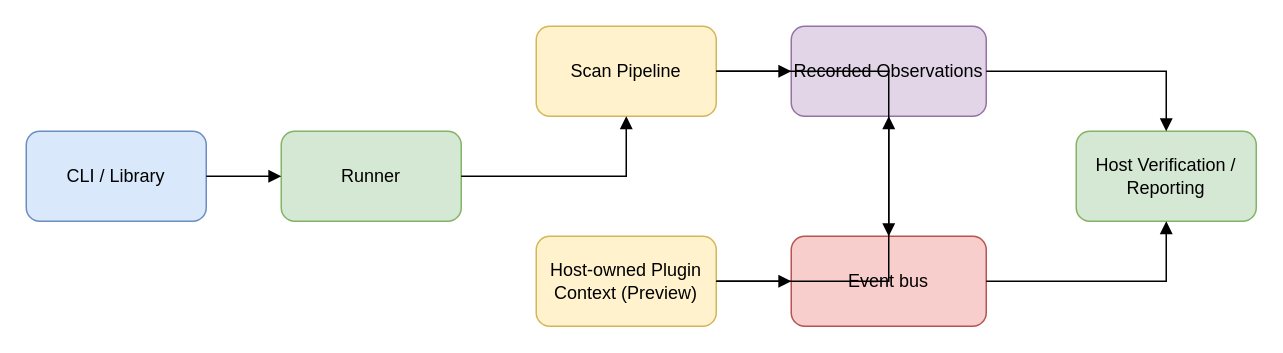
Above: page "Runtime Flow" (1 of 2) of docs/architecture.drawio in ITherso/termivar (draw.io), before the change. Source tidied: cells renumbered, new cells numbered last; positions are measured from the earlier drawing's top-left corner, leaving out a move shared by most shapes. Both pictures are drawn from the tidied source at 150%, with x=0, y=0 at pixel (26, 26).
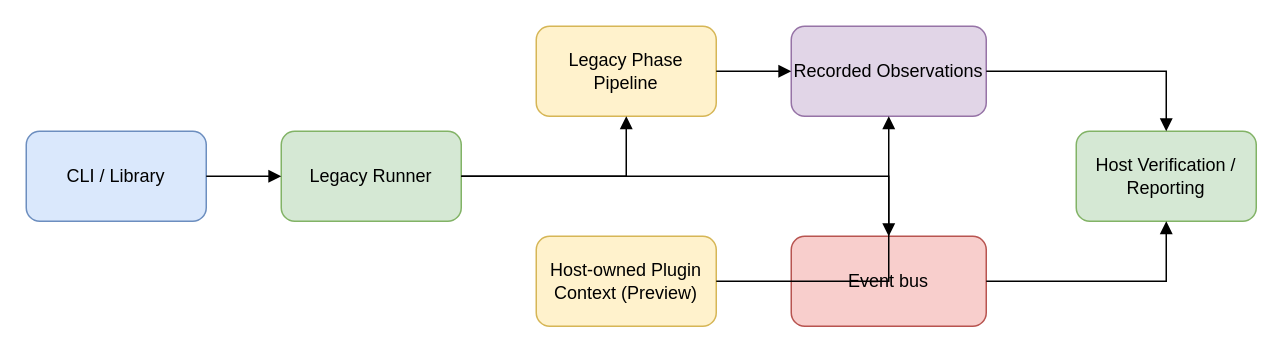
Above is the later version.

Change to the diagram source:
```diff
@@
 <mxGraphModel>
   <root>
     <mxCell id="0" />
     <mxCell id="1" parent="0" />
     <mxCell id="2" value="CLI / Library" style="rounded=1;whiteSpace=wrap;html=1;fillColor=#dae8fc;strokeColor=#6c8ebf;" parent="1" vertex="1">
       <mxGeometry y="70" width="120" height="60" as="geometry" />
     </mxCell>
-    <mxCell id="3" value="Runner" style="rounded=1;whiteSpace=wrap;html=1;fillColor=#d5e8d4;strokeColor=#82b366;" parent="1" vertex="1">
+    <mxCell id="3" value="Legacy Runner" style="rounded=1;whiteSpace=wrap;html=1;fillColor=#d5e8d4;strokeColor=#82b366;" parent="1" vertex="1">
       <mxGeometry x="170" y="70" width="120" height="60" as="geometry" />
     </mxCell>
-    <mxCell id="4" value="Scan Pipeline" style="rounded=1;whiteSpace=wrap;html=1;fillColor=#fff2cc;strokeColor=#d6b656;" parent="1" vertex="1">
+    <mxCell id="4" value="Legacy Phase Pipeline" style="rounded=1;whiteSpace=wrap;html=1;fillColor=#fff2cc;strokeColor=#d6b656;" parent="1" vertex="1">
       <mxGeometry x="340" width="120" height="60" as="geometry" />
     </mxCell>
     <mxCell id="5" value="Host-owned Plugin Context (Preview)" style="rounded=1;whiteSpace=wrap;html=1;fillColor=#fff2cc;strokeColor=#d6b656;" parent="1" vertex="1">
       <mxGeometry x="340" y="140" width="120" height="60" as="geometry" />
     </mxCell>
     <mxCell id="6" value="Recorded Observations" style="rounded=1;whiteSpace=wrap;html=1;fillColor=#e1d5e7;strokeColor=#9673a6;" parent="1" vertex="1">
       <mxGeometry x="510" width="130" height="60" as="geometry" />
     </mxCell>
     <mxCell id="7" value="Event bus" style="rounded=1;whiteSpace=wrap;html=1;fillColor=#f8cecc;strokeColor=#b85450;" parent="1" vertex="1">
       <mxGeometry x="510" y="140" width="130" height="60" as="geometry" />
     </mxCell>
     <mxCell id="8" value="Host Verification / Reporting" style="rounded=1;whiteSpace=wrap;html=1;fillColor=#d5e8d4;strokeColor=#82b366;" parent="1" vertex="1">
       <mxGeometry x="700" y="70" width="120" height="60" as="geometry" />
     </mxCell>
     <mxCell id="9" style="edgeStyle=orthogonalEdgeStyle;rounded=0;html=1;endArrow=block;" parent="1" edge="1" source="2" target="3">
       <mxGeometry relative="1" as="geometry" />
     </mxCell>
     <mxCell id="10" style="edgeStyle=orthogonalEdgeStyle;rounded=0;html=1;endArrow=block;" parent="1" edge="1" source="3" target="4">
       <mxGeometry relative="1" as="geometry" />
     </mxCell>
     <mxCell id="11" style="edgeStyle=orthogonalEdgeStyle;rounded=0;html=1;endArrow=block;" parent="1" edge="1" source="4" target="6">
       <mxGeometry relative="1" as="geometry" />
     </mxCell>
     <mxCell id="12" style="edgeStyle=orthogonalEdgeStyle;rounded=0;html=1;endArrow=block;" parent="1" edge="1" source="5" target="6">
       <mxGeometry relative="1" as="geometry" />
     </mxCell>
-    <mxCell id="13" style="edgeStyle=orthogonalEdgeStyle;rounded=0;html=1;endArrow=block;" parent="1" edge="1" source="4" target="7">
+    <mxCell id="13" style="edgeStyle=orthogonalEdgeStyle;rounded=0;html=1;endArrow=block;" parent="1" edge="1" source="3" target="7">
       <mxGeometry relative="1" as="geometry" />
     </mxCell>
-    <mxCell id="14" style="edgeStyle=orthogonalEdgeStyle;rounded=0;html=1;endArrow=block;" parent="1" edge="1" source="5" target="7">
-      <mxGeometry relative="1" as="geometry" />
-    </mxCell>
     <mxCell id="15" style="edgeStyle=orthogonalEdgeStyle;rounded=0;html=1;endArrow=block;" parent="1" edge="1" source="6" target="8">
       <mxGeometry relative="1" as="geometry" />
     </mxCell>
     <mxCell id="16" style="edgeStyle=orthogonalEdgeStyle;rounded=0;html=1;endArrow=block;" parent="1" edge="1" source="7" target="8">
       <mxGeometry relative="1" as="geometry" />
     </mxCell>
   </root>
 </mxGraphModel>
```
